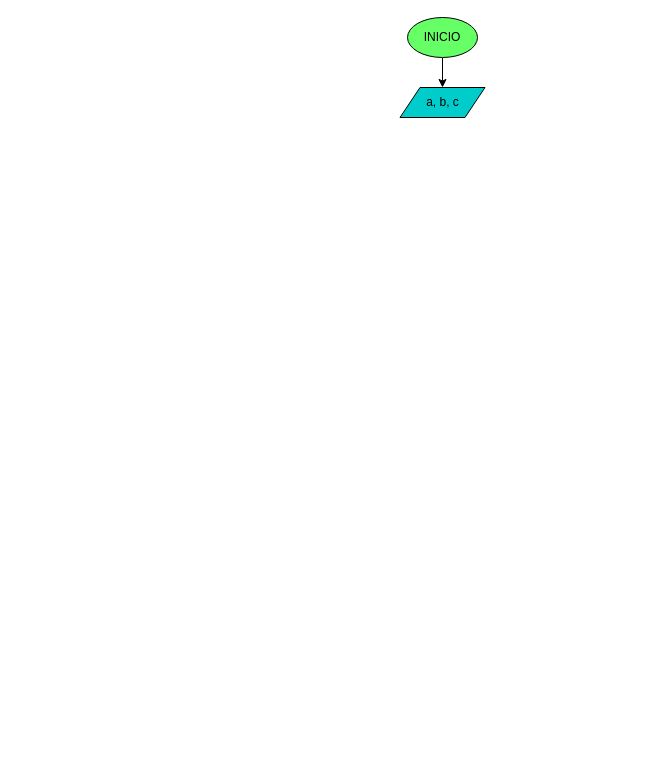
Above: diagrama.drawio in sistemas-colegio-guanenta/quiz-condicionales-neinafua (draw.io), before the change. Source tidied: cells renumbered, new cells numbered last; positions are measured from the earlier drawing's top-left corner, leaving out a move shared by most shapes. Both pictures are drawn from the tidied source at 100%, with x=0, y=0 at pixel (399, 17).
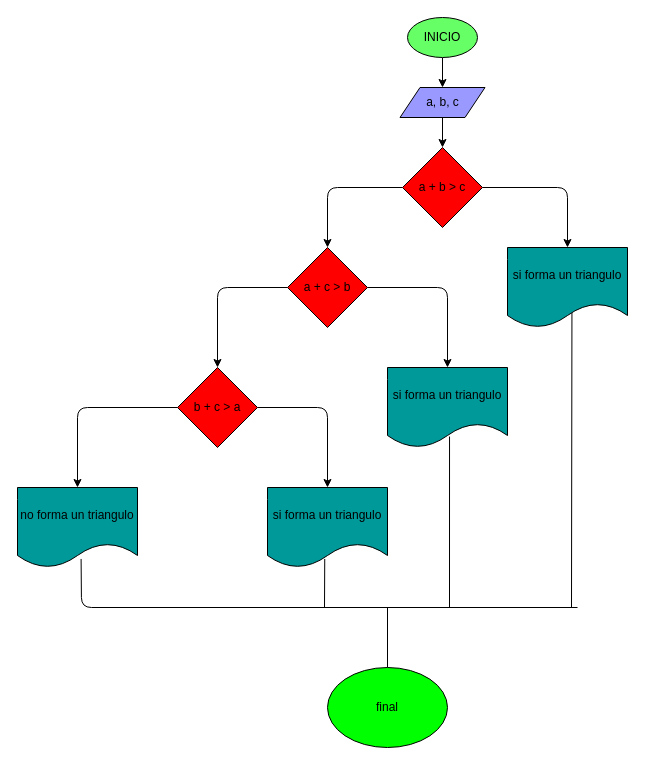
The same page after the edit.

What changed in the source:
```diff
@@
+    <mxCell id="5" style="edgeStyle=none;html=1;" parent="1" edge="1" source="4" target="8">
+      <mxGeometry relative="1" as="geometry" />
+    </mxCell>
-    <mxCell id="4" value="a, b, c" style="shape=parallelogram;perimeter=parallelogramPerimeter;whiteSpace=wrap;html=1;fixedSize=1;fillColor=#00CCCC;" parent="1" vertex="1">
+    <mxCell id="4" value="a, b, c" style="shape=parallelogram;perimeter=parallelogramPerimeter;whiteSpace=wrap;html=1;fixedSize=1;fillColor=#9999FF;" parent="1" vertex="1">
       <mxGeometry x="0.5" y="70" width="85" height="30" as="geometry" />
     </mxCell>
+    <mxCell id="6" style="edgeStyle=none;html=1;entryX=0.5;entryY=0;entryDx=0;entryDy=0;" parent="1" edge="1" source="8" target="12">
+      <mxGeometry relative="1" as="geometry">
+        <Array as="points">
+          <mxPoint x="-72" y="170" />
+        </Array>
+      </mxGeometry>
+    </mxCell>
+    <mxCell id="7" style="edgeStyle=none;html=1;entryX=0.5;entryY=0;entryDx=0;entryDy=0;" parent="1" edge="1" source="8" target="9">
+      <mxGeometry relative="1" as="geometry">
+        <Array as="points">
+          <mxPoint x="168" y="170" />
+        </Array>
+      </mxGeometry>
+    </mxCell>
+    <mxCell id="8" value="a + b &amp;gt; c" style="rhombus;whiteSpace=wrap;html=1;fillColor=#FF0000;" parent="1" vertex="1">
+      <mxGeometry x="3" y="130" width="80" height="80" as="geometry" />
+    </mxCell>
+    <mxCell id="9" value="si forma un triangulo" style="shape=document;whiteSpace=wrap;html=1;boundedLbl=1;fillColor=#009999;" parent="1" vertex="1">
+      <mxGeometry x="108" y="230" width="120" height="80" as="geometry" />
+    </mxCell>
+    <mxCell id="10" style="edgeStyle=none;html=1;entryX=0.5;entryY=0;entryDx=0;entryDy=0;" parent="1" edge="1" source="12" target="16">
+      <mxGeometry relative="1" as="geometry">
+        <Array as="points">
+          <mxPoint x="-182" y="270" />
+        </Array>
+      </mxGeometry>
+    </mxCell>
+    <mxCell id="11" style="edgeStyle=none;html=1;entryX=0.5;entryY=0;entryDx=0;entryDy=0;" parent="1" edge="1" source="12" target="13">
+      <mxGeometry relative="1" as="geometry">
+        <Array as="points">
+          <mxPoint x="48" y="270" />
+        </Array>
+      </mxGeometry>
+    </mxCell>
+    <mxCell id="12" value="a + c &amp;gt; b" style="rhombus;whiteSpace=wrap;html=1;fillColor=#FF0000;" parent="1" vertex="1">
+      <mxGeometry x="-112" y="230" width="80" height="80" as="geometry" />
+    </mxCell>
+    <mxCell id="13" value="si forma un triangulo" style="shape=document;whiteSpace=wrap;html=1;boundedLbl=1;fillColor=#009999;" parent="1" vertex="1">
+      <mxGeometry x="-12" y="350" width="120" height="80" as="geometry" />
+    </mxCell>
+    <mxCell id="14" style="edgeStyle=none;html=1;entryX=0.5;entryY=0;entryDx=0;entryDy=0;" parent="1" edge="1" source="16" target="18">
+      <mxGeometry relative="1" as="geometry">
+        <Array as="points">
+          <mxPoint x="-322" y="390" />
+        </Array>
+      </mxGeometry>
+    </mxCell>
+    <mxCell id="15" style="edgeStyle=none;html=1;entryX=0.5;entryY=0;entryDx=0;entryDy=0;" parent="1" edge="1" source="16" target="17">
+      <mxGeometry relative="1" as="geometry">
+        <Array as="points">
+          <mxPoint x="-72" y="390" />
+        </Array>
+      </mxGeometry>
+    </mxCell>
+    <mxCell id="16" value="b + c &amp;gt; a" style="rhombus;whiteSpace=wrap;html=1;fillColor=#FF0000;" parent="1" vertex="1">
+      <mxGeometry x="-222" y="350" width="80" height="80" as="geometry" />
+    </mxCell>
+    <mxCell id="17" value="si forma un triangulo" style="shape=document;whiteSpace=wrap;html=1;boundedLbl=1;fillColor=#009999;" parent="1" vertex="1">
+      <mxGeometry x="-132" y="470" width="120" height="80" as="geometry" />
+    </mxCell>
+    <mxCell id="18" value="no forma un triangulo" style="shape=document;whiteSpace=wrap;html=1;boundedLbl=1;fillColor=#009999;" parent="1" vertex="1">
+      <mxGeometry x="-382" y="470" width="120" height="80" as="geometry" />
+    </mxCell>
+    <mxCell id="19" value="final" style="ellipse;whiteSpace=wrap;html=1;fillColor=#00FF00;" parent="1" vertex="1">
+      <mxGeometry x="-72" y="650" width="120" height="80" as="geometry" />
+    </mxCell>
+    <mxCell id="20" style="endArrow=none;html=1;exitX=0.53;exitY=0.893;exitDx=0;exitDy=0;exitPerimeter=0;" parent="1" edge="1" source="18">
+      <mxGeometry relative="1" as="geometry">
+        <mxPoint x="178" y="590" as="targetPoint" />
+        <Array as="points">
+          <mxPoint x="-318" y="590" />
+        </Array>
+      </mxGeometry>
+    </mxCell>
+    <mxCell id="21" style="endArrow=none;html=1;exitX=0.477;exitY=0.893;exitDx=0;exitDy=0;exitPerimeter=0;" parent="1" edge="1" source="17">
+      <mxGeometry relative="1" as="geometry">
+        <mxPoint x="-75" y="590" as="targetPoint" />
+      </mxGeometry>
+    </mxCell>
+    <mxCell id="22" style="endArrow=none;html=1;exitX=0.517;exitY=0.863;exitDx=0;exitDy=0;exitPerimeter=0;" parent="1" edge="1" source="13">
+      <mxGeometry relative="1" as="geometry">
+        <mxPoint x="50" y="590" as="targetPoint" />
+      </mxGeometry>
+    </mxCell>
+    <mxCell id="23" style="endArrow=none;html=1;exitX=0.537;exitY=0.818;exitDx=0;exitDy=0;exitPerimeter=0;" parent="1" edge="1" source="9">
+      <mxGeometry relative="1" as="geometry">
+        <mxPoint x="172" y="590" as="targetPoint" />
+      </mxGeometry>
+    </mxCell>
+    <mxCell id="24" style="endArrow=none;html=1;" parent="1" edge="1" source="19">
+      <mxGeometry relative="1" as="geometry">
+        <mxPoint x="-12" y="590" as="targetPoint" />
+      </mxGeometry>
+    </mxCell>
```
